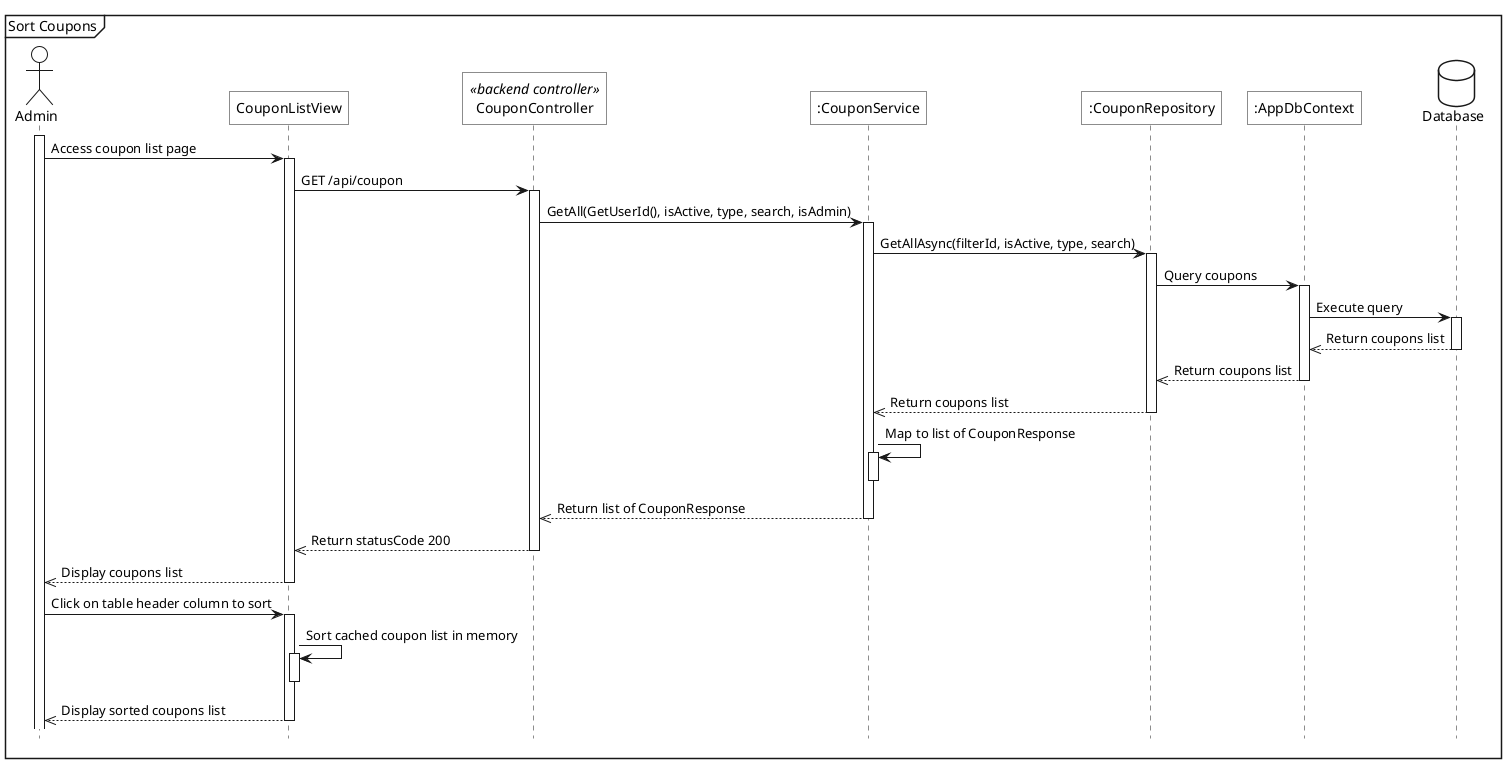
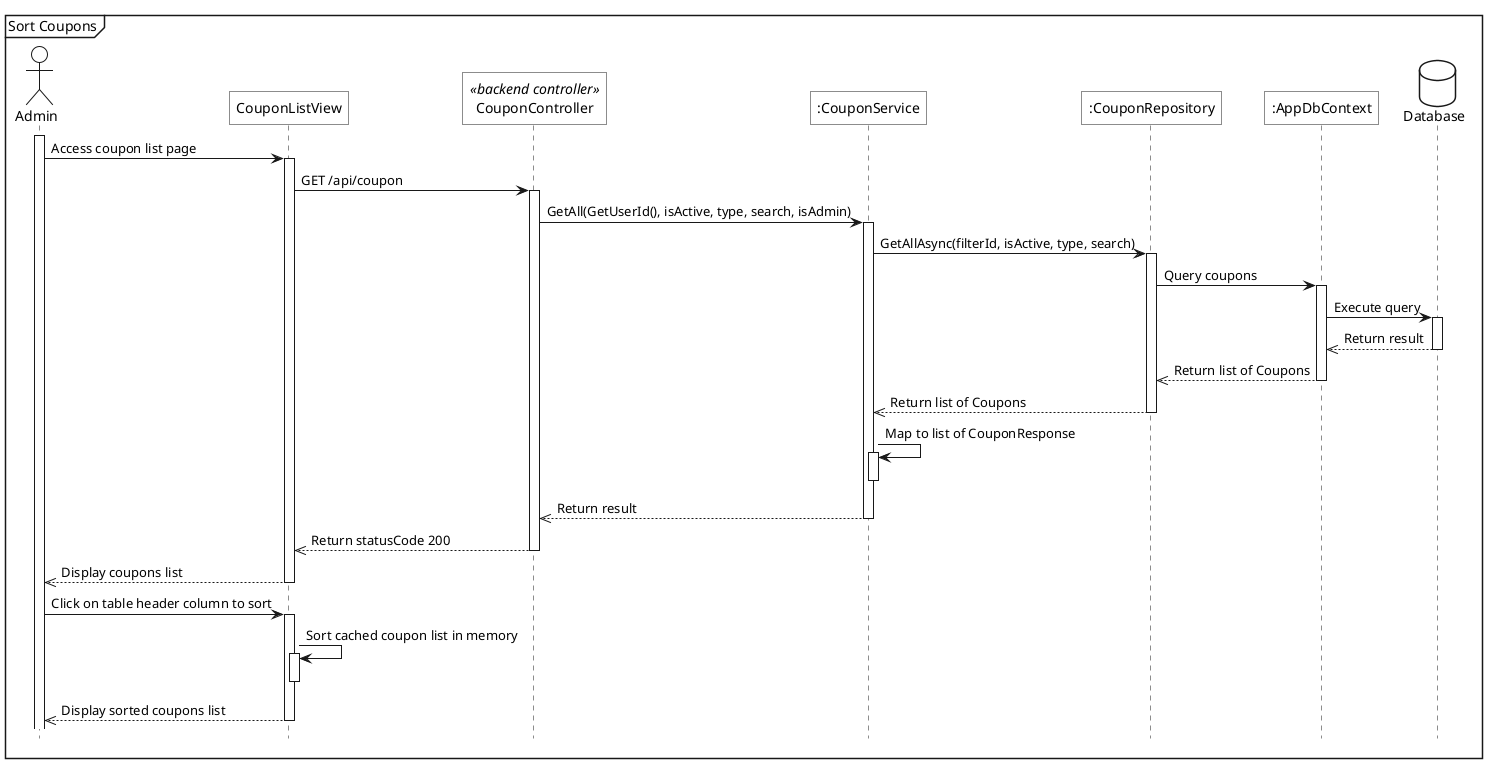
@startuml
<style>
    sequenceDiagram{
        actor{
            BackgroundColor white
            LineThickness 1.0
        }
        participant{
            BackgroundColor white
            RoundCorner 0
        }
        database{
            BackgroundColor white
        }
        groupHeader{
            BackgroundColor white
        }
        referenceHeader{
            BackgroundColor white
        }
        reference{
            BackgroundColor white
        }
    }
</style>

hide footbox

mainframe Sort Coupons

actor Admin as act
participant "CouponListView" as view
participant "CouponController" as be_ctrl <<backend controller>>
participant ":CouponService" as sv
participant ":CouponRepository" as repo
participant ":AppDbContext" as ctx
database Database as db

- act ++
- act -> view++: Access coupon list page
- view -> be_ctrl++: GET /api/coupon
+ act++
+ act->view++: Access coupon list page
+ view->be_ctrl++: GET /api/coupon

- be_ctrl -> sv++: GetAll(GetUserId(), isActive, type, search, isAdmin)
+ be_ctrl->sv++: GetAll(GetUserId(), isActive, type, search, isAdmin)

- sv -> repo++: GetAllAsync(filterId, isActive, type, search)
- repo -> ctx++: Query coupons
- ctx -> db++: Execute query
- db -->> ctx--: Return coupons list
- ctx -->> repo--: Return coupons list
- repo -->> sv--: Return coupons list
+ sv->repo++: GetAllAsync(filterId, isActive, type, search)
+ repo->ctx++: Query coupons
+ ctx->db++: Execute query
+ db-->>ctx--: Return result
+ ctx-->>repo--: Return list of Coupons
+ repo-->>sv--: Return list of Coupons

- sv -> sv++: Map to list of CouponResponse
- sv --
+ sv->sv++: Map to list of CouponResponse
+ sv--

- sv -->> be_ctrl--: Return list of CouponResponse
- be_ctrl -->> view--: Return statusCode 200
- view -->> act--: Display coupons list
+ sv-->>be_ctrl--: Return result
+ be_ctrl-->>view--: Return statusCode 200
+ view-->>act--: Display coupons list

- act -> view++: Click on table header column to sort
- view -> view++: Sort cached coupon list in memory
- view --
- view -->> act--: Display sorted coupons list
+ act->view++: Click on table header column to sort
+ view->view++: Sort cached coupon list in memory
+ view--
+ view-->>act--: Display sorted coupons list
@enduml
